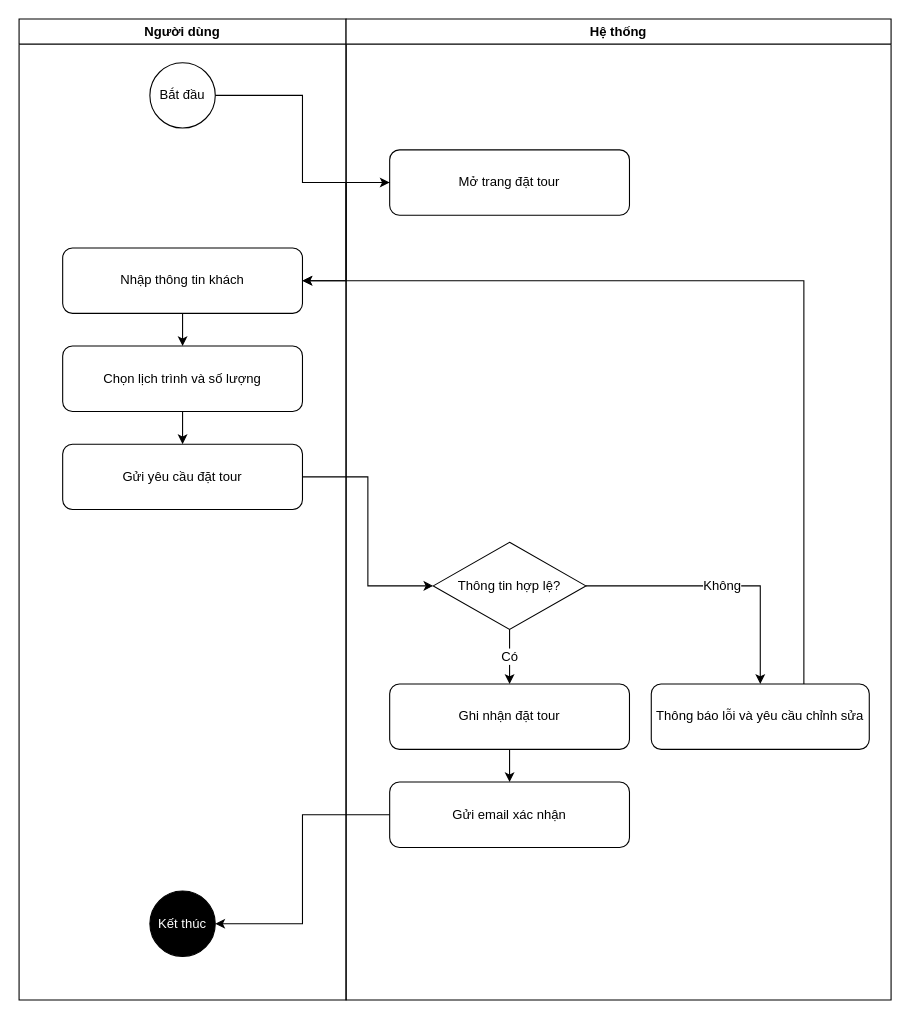
The draw.io diagram page "Hoạt động Đặt Tour" (3 of 5) of draw/VieGo_Activity_Diagrams.drawio in thienne1602/VieGo_Blog, before the edit. Source tidied: cells renumbered, new cells numbered last; positions are measured from the earlier drawing's top-left corner, leaving out a move shared by most shapes. Both pictures are drawn from the tidied source at 109%, with x=0, y=0 at pixel (19, 19).
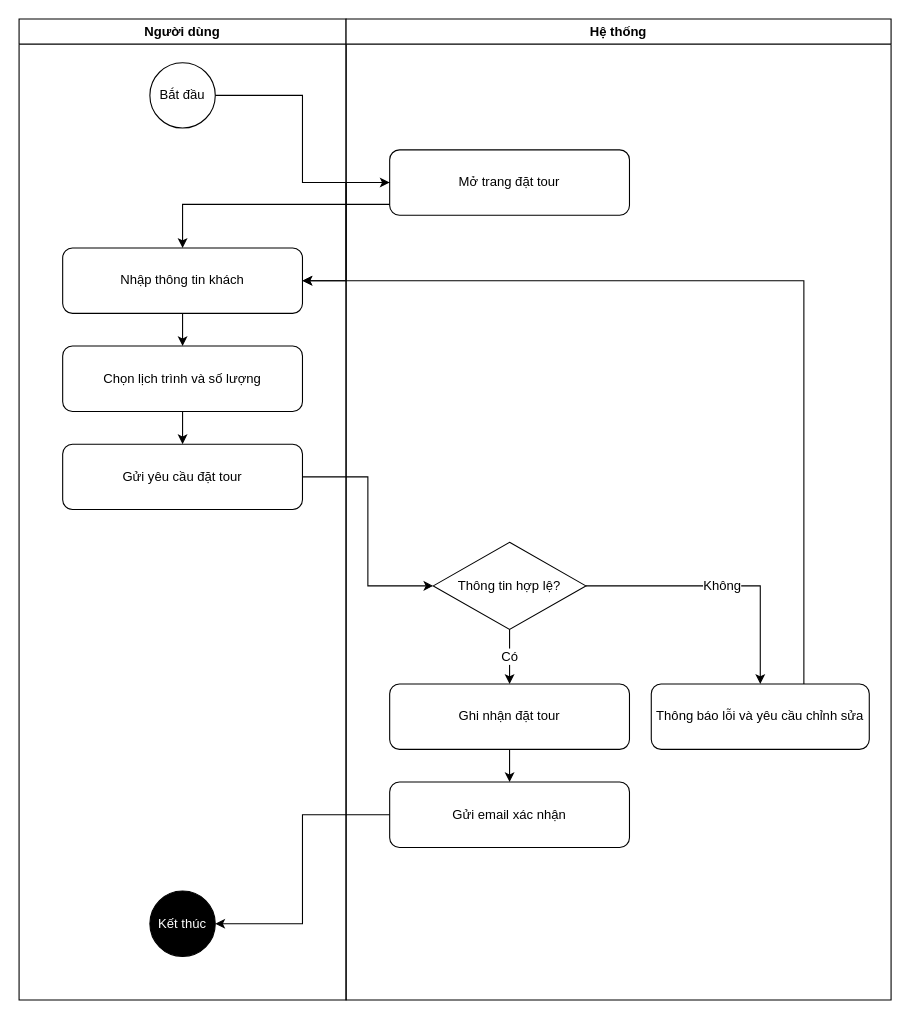
Above is the later version.

Unchanged cells that the change refers to:
```xml
<mxCell id="4" value="Nhập thông tin khách" style="rounded=1;whiteSpace=wrap;html=1;" parent="2" vertex="1">
  <mxGeometry x="40" y="210" width="220" height="60" as="geometry" />
</mxCell>
<mxCell id="9" value="Mở trang đặt tour" style="rounded=1;whiteSpace=wrap;html=1;" parent="8" vertex="1">
  <mxGeometry x="40" y="120" width="220" height="60" as="geometry" />
</mxCell>
```

The edit, as a diff of the source:
```diff
@@
+    <mxCell id="24" style="edgeStyle=orthogonalEdgeStyle;html=1;entryX=0.5;entryY=0;entryDx=0;entryDy=0;rounded=0;" parent="1" edge="1" source="9" target="4">
+      <mxGeometry relative="1" as="geometry">
+        <Array as="points">
+          <mxPoint x="150" y="170" />
+        </Array>
+      </mxGeometry>
+    </mxCell>
```
